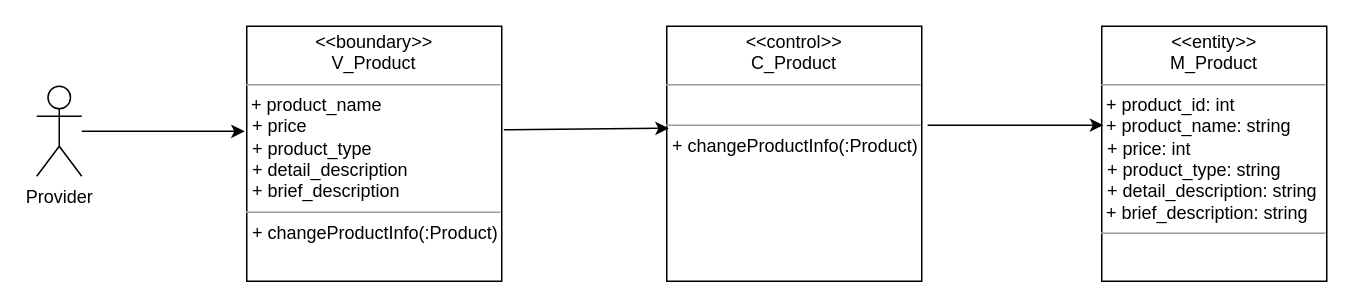
hoangminh15/PTTKHT keeps this draw.io diagram as Lop_tham_gia_Usecase/Duy's ClassUC/SuaSanPhamClass.drawio. Above is the earlier version. Source tidied: cells renumbered, new cells numbered last; positions are measured from the earlier drawing's top-left corner, leaving out a move shared by most shapes. Both pictures are drawn from the tidied source at 150%, with x=0, y=0 at pixel (36, 26).
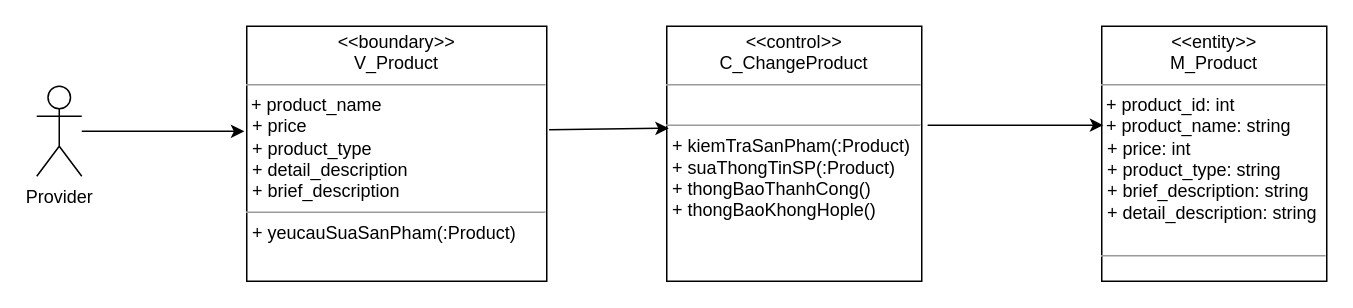
The same page after the edit.

The edit, as a diff of the source:
```diff
@@
 <mxGraphModel>
   <root>
     <mxCell id="0" />
     <mxCell id="1" parent="0" />
     <mxCell id="2" value="Provider" style="shape=umlActor;verticalLabelPosition=bottom;verticalAlign=top;html=1;" parent="1" vertex="1">
       <mxGeometry y="40" width="30" height="60" as="geometry" />
     </mxCell>
-    <mxCell id="3" value="&lt;p style=&quot;margin: 0px ; margin-top: 4px ; text-align: center&quot;&gt;&lt;i&gt;&amp;lt;&lt;/i&gt;&amp;lt;boundary&lt;i&gt;&amp;gt;&amp;gt;&lt;/i&gt;&lt;br&gt;V_Product&lt;/p&gt;&lt;hr size=&quot;1&quot;&gt;&amp;nbsp;+ product_name&lt;br&gt;&lt;p style=&quot;margin: 0px ; margin-left: 4px&quot;&gt;+ price&lt;br&gt;&lt;/p&gt;&lt;p style=&quot;margin: 0px ; margin-left: 4px&quot;&gt;+ product_type&lt;br&gt;&lt;/p&gt;&lt;p style=&quot;margin: 0px ; margin-left: 4px&quot;&gt;+ detail_description&lt;br&gt;&lt;/p&gt;&lt;p style=&quot;margin: 0px ; margin-left: 4px&quot;&gt;+ brief_description&lt;br&gt;&lt;/p&gt;&lt;hr size=&quot;1&quot;&gt;&lt;p style=&quot;margin: 0px ; margin-left: 4px&quot;&gt;+ changeProductInfo(:Product)&lt;br&gt;&lt;/p&gt;" style="verticalAlign=top;align=left;overflow=fill;fontSize=12;fontFamily=Helvetica;html=1;" parent="1" vertex="1">
-      <mxGeometry x="140" width="170" height="170" as="geometry" />
+    <mxCell id="3" value="&lt;p style=&quot;margin: 0px ; margin-top: 4px ; text-align: center&quot;&gt;&lt;i&gt;&amp;lt;&lt;/i&gt;&amp;lt;boundary&lt;i&gt;&amp;gt;&amp;gt;&lt;/i&gt;&lt;br&gt;V_Product&lt;/p&gt;&lt;hr size=&quot;1&quot;&gt;&amp;nbsp;+ product_name&lt;br&gt;&lt;p style=&quot;margin: 0px ; margin-left: 4px&quot;&gt;+ price&lt;br&gt;&lt;/p&gt;&lt;p style=&quot;margin: 0px ; margin-left: 4px&quot;&gt;+ product_type&lt;br&gt;&lt;/p&gt;&lt;p style=&quot;margin: 0px ; margin-left: 4px&quot;&gt;+ detail_description&lt;br&gt;&lt;/p&gt;&lt;p style=&quot;margin: 0px ; margin-left: 4px&quot;&gt;+ brief_description&lt;br&gt;&lt;/p&gt;&lt;hr size=&quot;1&quot;&gt;&lt;p style=&quot;margin: 0px ; margin-left: 4px&quot;&gt;+ yeucauSuaSanPham(:Product)&lt;br&gt;&lt;/p&gt;" style="verticalAlign=top;align=left;overflow=fill;fontSize=12;fontFamily=Helvetica;html=1;" parent="1" vertex="1">
+      <mxGeometry x="140" width="200" height="170" as="geometry" />
     </mxCell>
-    <mxCell id="4" value="&lt;p style=&quot;margin: 0px ; margin-top: 4px ; text-align: center&quot;&gt;&lt;i&gt;&amp;lt;&lt;/i&gt;&amp;lt;control&lt;i&gt;&amp;gt;&amp;gt;&lt;/i&gt;&lt;br&gt;C_Product&lt;/p&gt;&lt;hr size=&quot;1&quot;&gt;&lt;br&gt;&lt;hr size=&quot;1&quot;&gt;&lt;p style=&quot;margin: 0px ; margin-left: 4px&quot;&gt;+ changeProductInfo(:Product)&lt;br&gt;&lt;br&gt;&lt;/p&gt;" style="verticalAlign=top;align=left;overflow=fill;fontSize=12;fontFamily=Helvetica;html=1;" parent="1" vertex="1">
+    <mxCell id="4" value="&lt;p style=&quot;margin: 0px ; margin-top: 4px ; text-align: center&quot;&gt;&lt;i&gt;&amp;lt;&lt;/i&gt;&amp;lt;control&lt;i&gt;&amp;gt;&amp;gt;&lt;/i&gt;&lt;br&gt;C_ChangeProduct&lt;/p&gt;&lt;hr size=&quot;1&quot;&gt;&lt;br&gt;&lt;hr size=&quot;1&quot;&gt;&lt;p style=&quot;margin: 0px ; margin-left: 4px&quot;&gt;+ kiemTraSanPham(:Product)&lt;br&gt;&lt;/p&gt;&lt;p style=&quot;margin: 0px ; margin-left: 4px&quot;&gt;+ suaThongTinSP(:Product)&lt;/p&gt;&lt;p style=&quot;margin: 0px ; margin-left: 4px&quot;&gt;+ thongBaoThanhCong()&lt;/p&gt;&lt;p style=&quot;margin: 0px ; margin-left: 4px&quot;&gt;+ thongBaoKhongHople()&lt;/p&gt;" style="verticalAlign=top;align=left;overflow=fill;fontSize=12;fontFamily=Helvetica;html=1;" parent="1" vertex="1">
       <mxGeometry x="420" width="170" height="170" as="geometry" />
     </mxCell>
     <mxCell id="5" style="endArrow=classic;html=1;exitX=1.008;exitY=0.406;exitDx=0;exitDy=0;exitPerimeter=0;entryX=0.008;entryY=0.4;entryDx=0;entryDy=0;entryPerimeter=0;" parent="1" edge="1" source="3" target="4">
       <mxGeometry relative="1" as="geometry" />
     </mxCell>
     <mxCell id="6" style="endArrow=classic;html=1;entryX=-0.008;entryY=0.412;entryDx=0;entryDy=0;entryPerimeter=0;" parent="1" edge="1" source="2" target="3">
       <mxGeometry relative="1" as="geometry" />
     </mxCell>
-    <mxCell id="7" value="&lt;p style=&quot;margin: 0px ; margin-top: 4px ; text-align: center&quot;&gt;&lt;i&gt;&amp;lt;&lt;/i&gt;&amp;lt;entity&lt;i&gt;&amp;gt;&amp;gt;&lt;/i&gt;&lt;br&gt;M_Product&lt;/p&gt;&lt;hr size=&quot;1&quot;&gt;&lt;div&gt;&amp;nbsp;+ product_id: int&lt;br&gt;&lt;/div&gt;&lt;div&gt;&amp;nbsp;+ product_name: string&lt;br&gt;&lt;/div&gt;&lt;p style=&quot;margin: 0px ; margin-left: 4px&quot;&gt;+ price: int&lt;br&gt;&lt;/p&gt;&lt;p style=&quot;margin: 0px ; margin-left: 4px&quot;&gt;+ product_type: string&lt;br&gt;&lt;/p&gt;&lt;p style=&quot;margin: 0px ; margin-left: 4px&quot;&gt;+ detail_description: string&lt;br&gt;&lt;/p&gt;&amp;nbsp;+ brief_description: string&lt;br&gt;&lt;hr size=&quot;1&quot;&gt;&lt;p style=&quot;margin: 0px ; margin-left: 4px&quot;&gt;&lt;br&gt;&lt;br&gt;&lt;/p&gt;" style="verticalAlign=top;align=left;overflow=fill;fontSize=12;fontFamily=Helvetica;html=1;" parent="1" vertex="1">
+    <mxCell id="7" value="&lt;p style=&quot;margin: 0px ; margin-top: 4px ; text-align: center&quot;&gt;&lt;i&gt;&amp;lt;&lt;/i&gt;&amp;lt;entity&lt;i&gt;&amp;gt;&amp;gt;&lt;/i&gt;&lt;br&gt;M_Product&lt;/p&gt;&lt;hr size=&quot;1&quot;&gt;&lt;div&gt;&amp;nbsp;+ product_id: int&lt;br&gt;&lt;/div&gt;&lt;div&gt;&amp;nbsp;+ product_name: string&lt;br&gt;&lt;/div&gt;&lt;p style=&quot;margin: 0px ; margin-left: 4px&quot;&gt;+ price: int&lt;br&gt;&lt;/p&gt;&lt;p style=&quot;margin: 0px ; margin-left: 4px&quot;&gt;+ product_type: string&lt;br&gt;&lt;/p&gt;&lt;p style=&quot;margin: 0px ; margin-left: 4px&quot;&gt;+ brief_description: string&lt;br&gt;&lt;/p&gt;&lt;p style=&quot;margin: 0px ; margin-left: 4px&quot;&gt;+ detail_description: string&lt;br&gt;&lt;/p&gt;&amp;nbsp;&lt;br&gt;&lt;hr size=&quot;1&quot;&gt;&lt;p style=&quot;margin: 0px ; margin-left: 4px&quot;&gt;&lt;br&gt;&lt;br&gt;&lt;/p&gt;" style="verticalAlign=top;align=left;overflow=fill;fontSize=12;fontFamily=Helvetica;html=1;" parent="1" vertex="1">
       <mxGeometry x="710" width="150" height="170" as="geometry" />
     </mxCell>
     <mxCell id="8" style="endArrow=classic;html=1;exitX=1.023;exitY=0.388;exitDx=0;exitDy=0;exitPerimeter=0;entryX=0.007;entryY=0.388;entryDx=0;entryDy=0;entryPerimeter=0;" parent="1" edge="1" source="4" target="7">
       <mxGeometry relative="1" as="geometry" />
     </mxCell>
   </root>
 </mxGraphModel>
```
